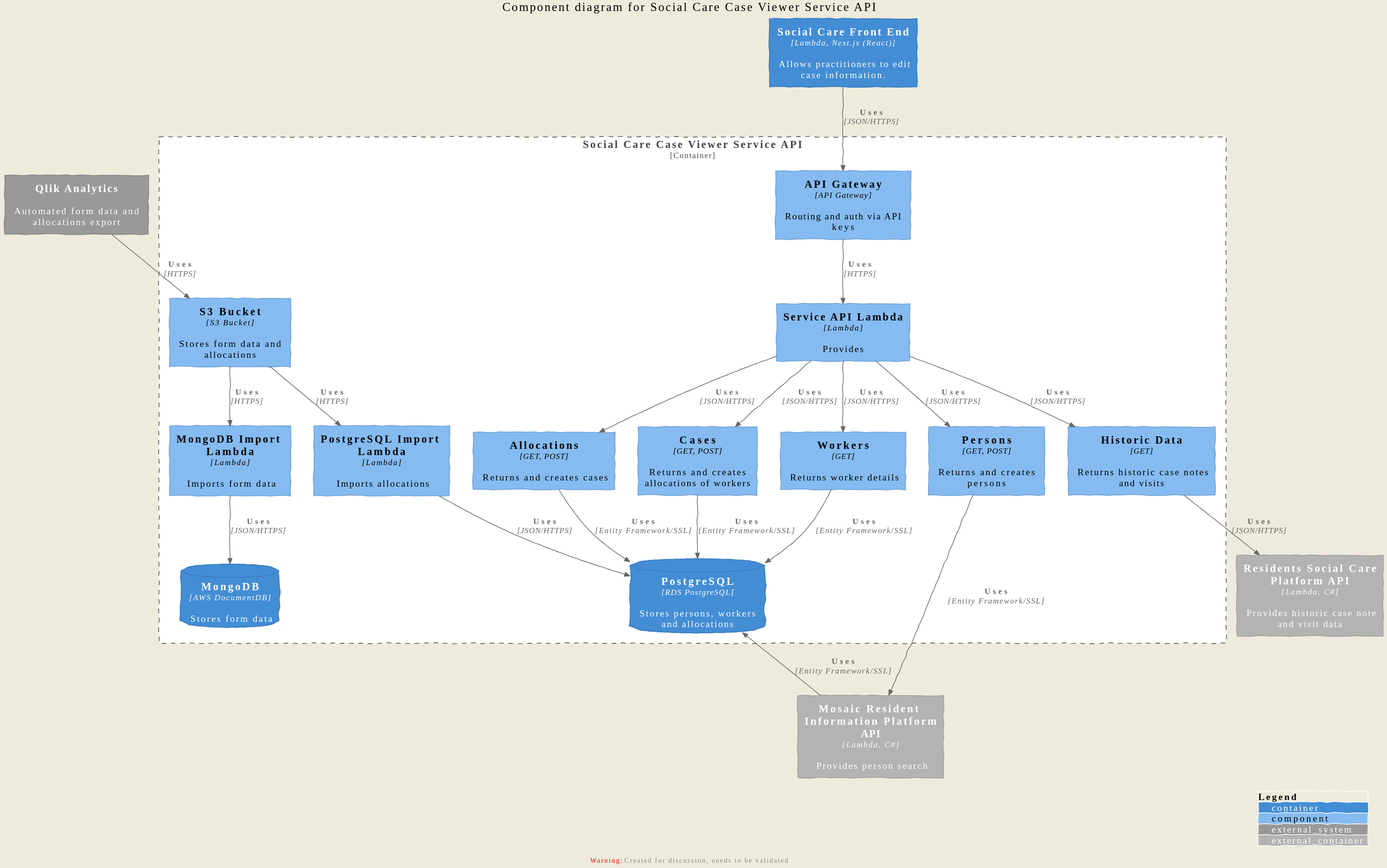
Above: docs/component_diagram.svg in LBHackney-IT/social-care-case-viewer-api (PlantUML), before the change.
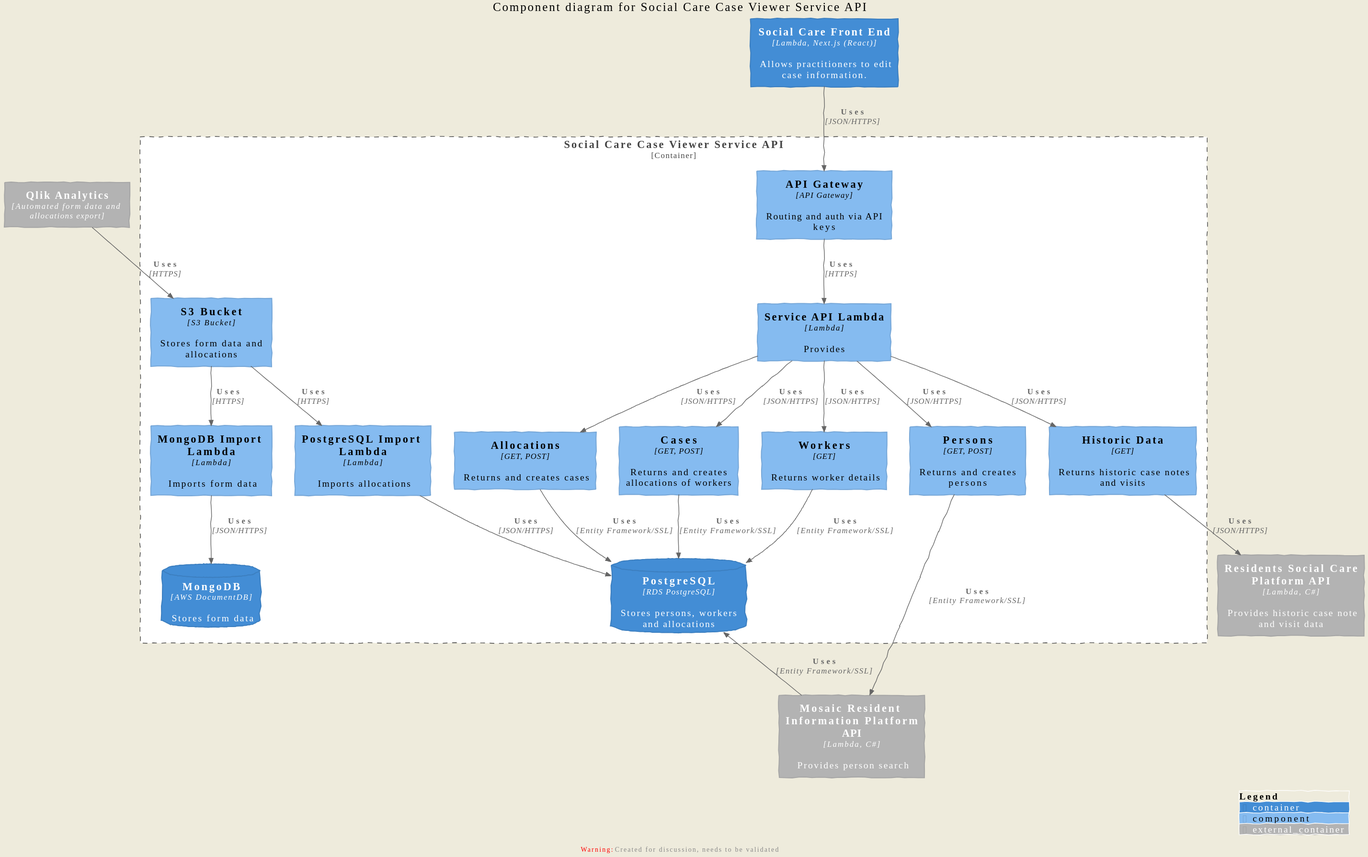
Later version of the same file.

The edit, as a diff of the source:
```diff
@@ -1,11 +1,12 @@
 @startuml
 !include https://raw.githubusercontent.com/plantuml-stdlib/C4-PlantUML/master/C4_Component.puml
+
 
 LAYOUT_AS_SKETCH()
 
 title Component diagram for Social Care Case Viewer Service API
 
-System_Ext(qlik, "Qlik Analytics", "Automated form data and allocations export")
+Container_Ext(qlik, "Qlik Analytics", "Automated form data and allocations export")
 Container(social_care_front_end, "Social Care Front End", "Lambda, Next.js (React)", "Allows practitioners to edit case information.")
 Container_Ext(resident_social_care_platform_api, "Residents Social Care Platform API",  "Lambda, C#", "Provides historic case note and visit data")
 Container_Ext(mosaic_platform_api, "Mosaic Resident Information Platform API", "Lambda, C#", "Provides person search")
```
